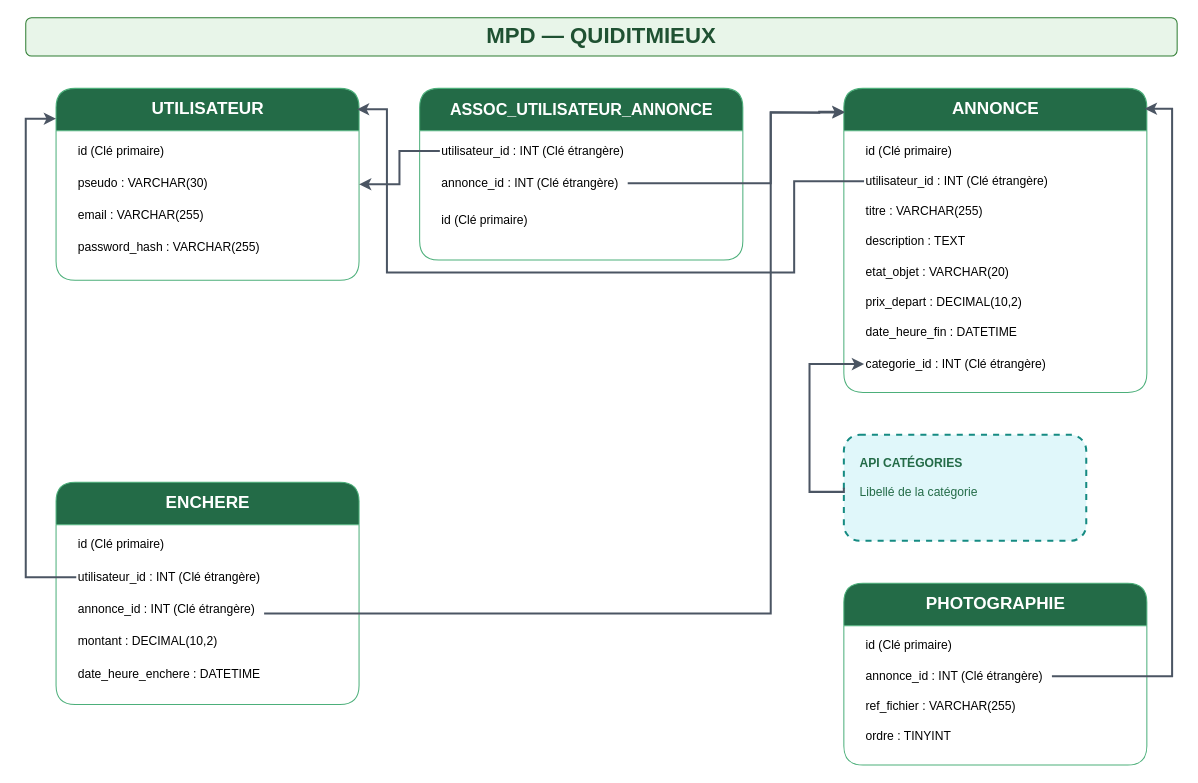
Above: documents/conceptualisation/Modèles de données/MPD.drawio in anthonylepichon/quiditmieux (draw.io), before the change. Source tidied: cells renumbered, new cells numbered last; positions are measured from the earlier drawing's top-left corner, leaving out a move shared by most shapes. Both pictures are drawn from the tidied source at 101%, with x=0, y=0 at pixel (25, 17).
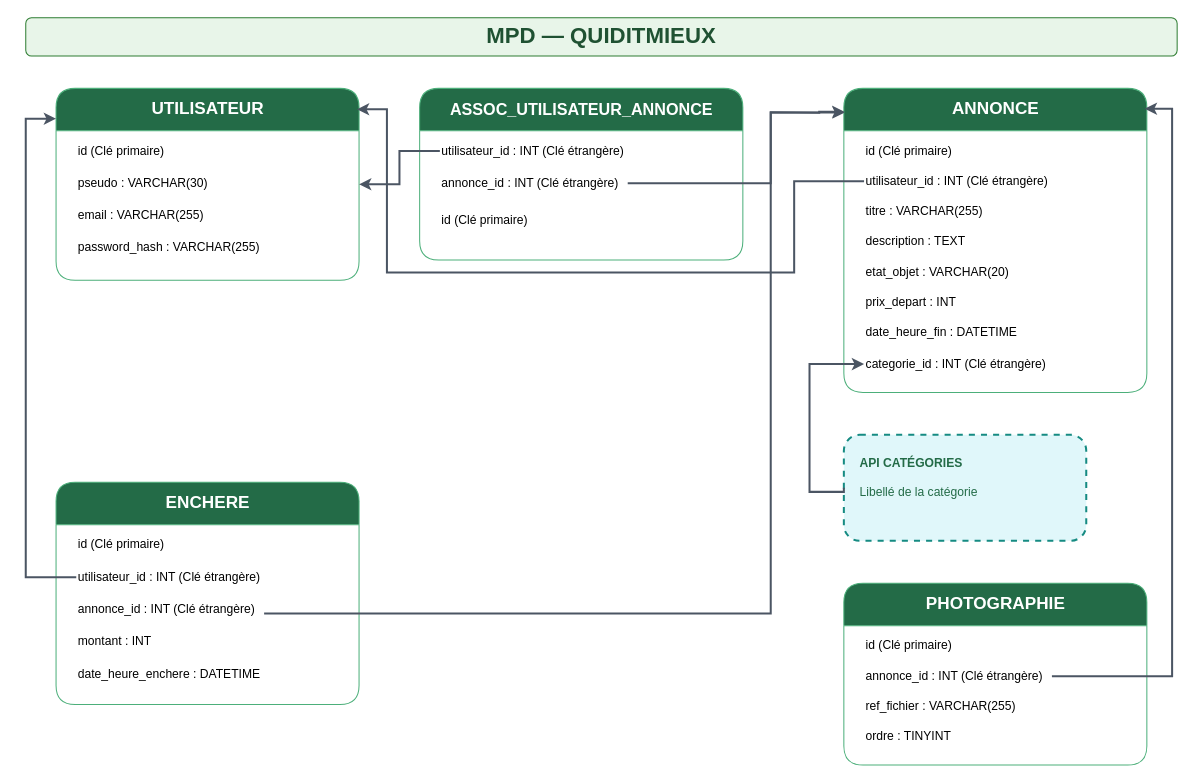
The same page after the edit.

The change refers to these unchanged cells:
```xml
<mxCell id="12" value="ANNONCE" style="swimlane;html=1;startSize=42;rounded=1;fillColor=#236b47;swimlaneFillColor=#ffffff;strokeColor=#4caf7a;fontColor=#ffffff;fontSize=17;fontStyle=1;align=center;verticalAlign=middle;" parent="1" vertex="1">
  <mxGeometry x="810" y="70" width="300" height="301" as="geometry" />
</mxCell>
<mxCell id="21" value="ENCHERE" style="swimlane;html=1;startSize=42;rounded=1;fillColor=#236b47;swimlaneFillColor=#ffffff;strokeColor=#4caf7a;fontColor=#ffffff;fontSize=17;fontStyle=1;align=center;verticalAlign=middle;" parent="1" vertex="1">
  <mxGeometry x="30" y="460" width="300" height="220" as="geometry" />
</mxCell>
```

The edit, as a diff of the source:
```diff
@@
-    <mxCell id="18" value="prix_depart : DECIMAL(10,2)" style="text;html=1;strokeColor=none;fillColor=none;align=left;verticalAlign=middle;fontSize=12;" parent="12" vertex="1">
+    <mxCell id="18" value="prix_depart : INT" style="text;html=1;strokeColor=none;fillColor=none;align=left;verticalAlign=middle;fontSize=12;" parent="12" vertex="1">
       <mxGeometry x="20" y="200" width="260" height="24" as="geometry" />
     </mxCell>
@@
-    <mxCell id="25" value="montant : DECIMAL(10,2)" style="text;html=1;strokeColor=none;fillColor=none;align=left;verticalAlign=middle;fontSize=12;" parent="21" vertex="1">
+    <mxCell id="25" value="montant : INT" style="text;html=1;strokeColor=none;fillColor=none;align=left;verticalAlign=middle;fontSize=12;" parent="21" vertex="1">
       <mxGeometry x="20" y="146" width="260" height="24" as="geometry" />
     </mxCell>
```
